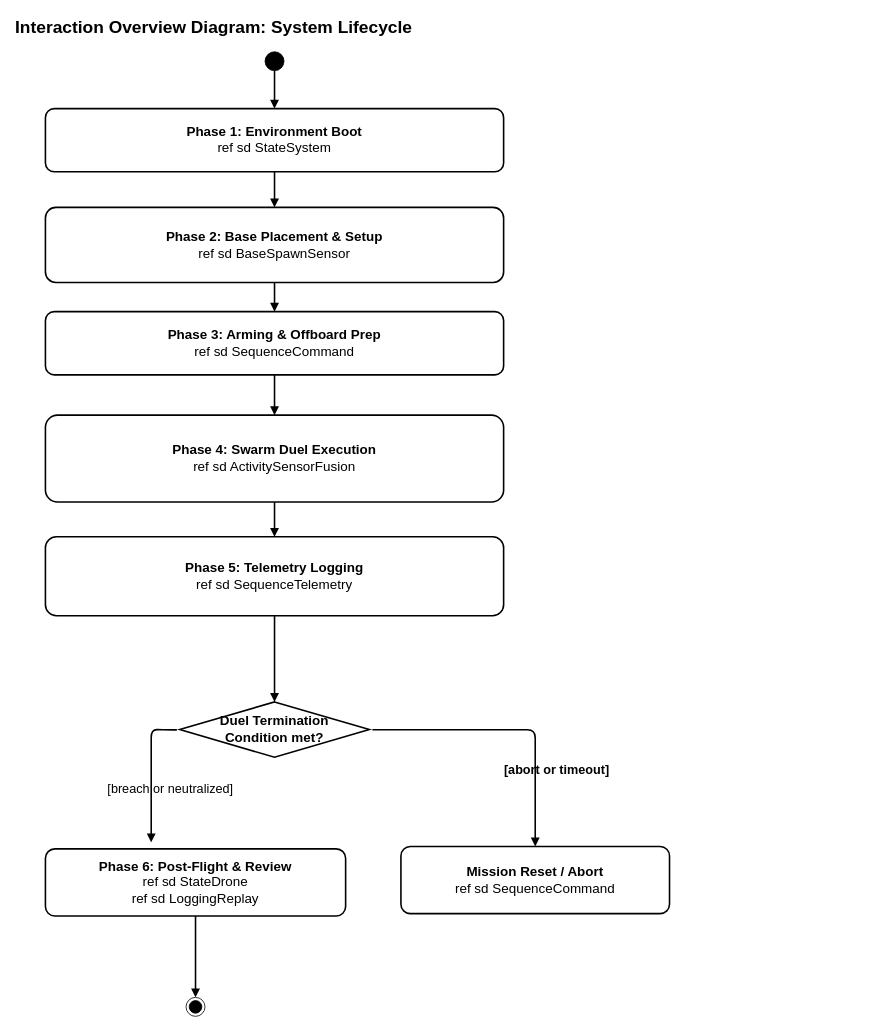
This is 24_interaction_overview_diagram.drawio from sjd-1214/diagrams, a draw.io file, before an edit. Source tidied: cells renumbered, new cells numbered last; positions are measured from the earlier drawing's top-left corner, leaving out a move shared by most shapes. Both pictures are drawn from the tidied source at 79%, with x=0, y=0 at pixel (13, 13).
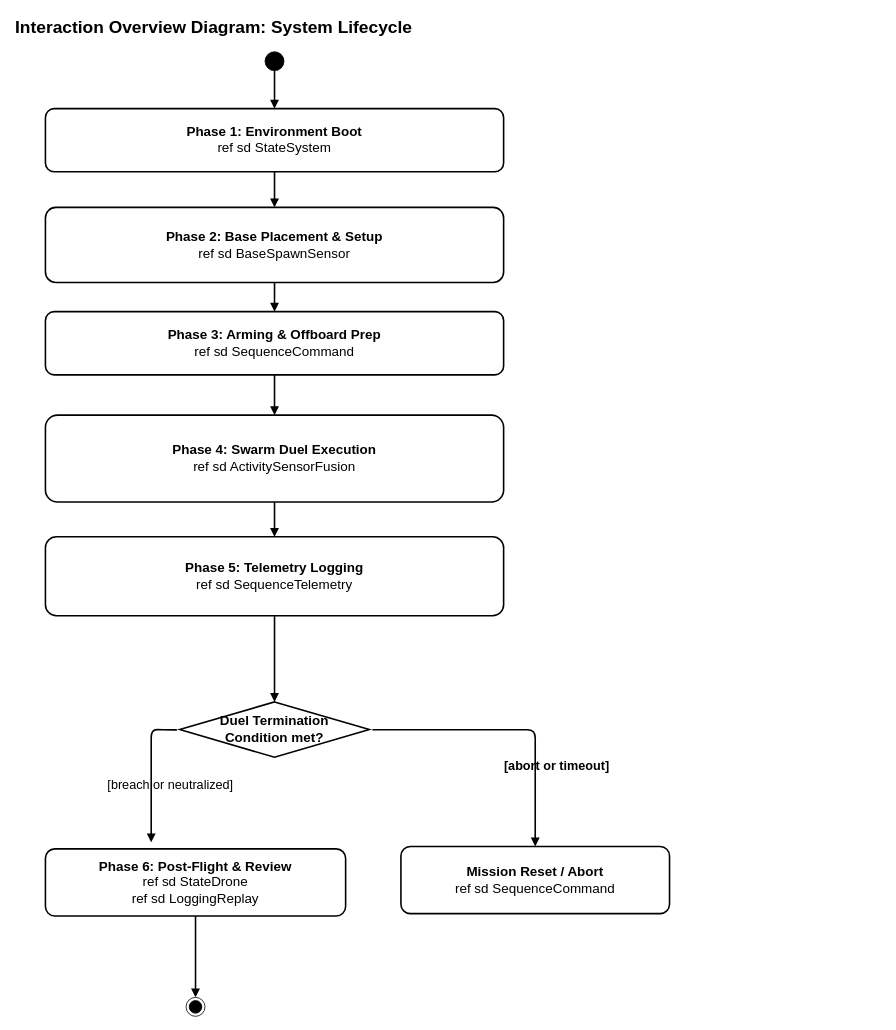
Above is the later version.

The change refers to these unchanged cells:
```xml
<mxCell id="14" value="Duel Termination&#10;Condition met?" style="rhombus;whiteSpace=wrap;html=1;fillColor=none;strokeColor=#000000;fontFamily=Helvetica;align=center;fontStyle=1;fontColor=#000000;fontSize=17;strokeWidth=2;" parent="1" vertex="1">
  <mxGeometry x="210" y="871" width="240" height="70" as="geometry" />
</mxCell>
<mxCell id="17" value="&lt;b&gt;Mission Reset / Abort&lt;/b&gt;&lt;br&gt;ref sd SequenceCommand" style="rounded=1;whiteSpace=wrap;html=1;arcSize=14;fillColor=none;strokeColor=#000000;fontFamily=Helvetica;align=center;fontColor=#000000;fontSize=17;strokeWidth=2;" parent="1" vertex="1">
  <mxGeometry x="490" y="1054" width="340" height="85" as="geometry" />
</mxCell>
```

What changed in the source:
```diff
@@
-    <mxCell id="18" value="[breach or neutralized]" style="edgeStyle=orthogonalEdgeStyle;rounded=1;jettySize=auto;html=1;strokeColor=#000000;fontColor=#000000;endArrow=block;startArrow=none;exitX=-0.015;exitY=0.505;exitDx=0;exitDy=0;fontFamily=Helvetica;labelBackgroundColor=none;verticalAlign=bottom;spacingBottom=3;fontSize=16;strokeWidth=2;exitPerimeter=0;" parent="1" edge="1" source="14">
+    <mxCell id="18" value="[breach or neutralized]" style="edgeStyle=orthogonalEdgeStyle;rounded=1;jettySize=auto;html=1;strokeColor=#000000;fontColor=#000000;endArrow=block;startArrow=none;exitX=-0.015;exitY=0.505;exitDx=0;exitDy=0;fontFamily=Helvetica;labelBackgroundColor=none;verticalAlign=bottom;spacingBottom=8;fontSize=16;strokeWidth=2;exitPerimeter=0;spacingLeft=10;spacingRight=10;" parent="1" edge="1" source="14">
       <mxGeometry x="0.4" y="24" relative="1" as="geometry">
         <mxPoint x="173.9" y="1048.8" as="targetPoint" />
         <Array as="points">
           <mxPoint x="198.8" y="906.4" />
           <mxPoint x="173.9" y="906" />
         </Array>
       </mxGeometry>
     </mxCell>
-    <mxCell id="19" value="[abort or timeout]" style="edgeStyle=orthogonalEdgeStyle;rounded=1;jettySize=auto;html=1;strokeColor=#000000;fontColor=#000000;endArrow=block;startArrow=none;exitX=1.016;exitY=0.504;exitDx=0;exitDy=0;entryX=0.5;entryY=0;entryDx=0;entryDy=0;fontFamily=Helvetica;labelBackgroundColor=none;verticalAlign=bottom;spacingBottom=3;fontSize=16;strokeWidth=2;exitPerimeter=0;fontStyle=1;" parent="1" edge="1" source="14" target="17">
+    <mxCell id="19" value="[abort or timeout]" style="edgeStyle=orthogonalEdgeStyle;rounded=1;jettySize=auto;html=1;strokeColor=#000000;fontColor=#000000;endArrow=block;startArrow=none;exitX=1.016;exitY=0.504;exitDx=0;exitDy=0;entryX=0.5;entryY=0;entryDx=0;entryDy=0;fontFamily=Helvetica;labelBackgroundColor=none;verticalAlign=bottom;spacingBottom=8;fontSize=16;strokeWidth=2;exitPerimeter=0;fontStyle=1;spacingLeft=10;spacingRight=10;" parent="1" edge="1" source="14" target="17">
       <mxGeometry x="0.54" y="27" relative="1" as="geometry" />
     </mxCell>
```
